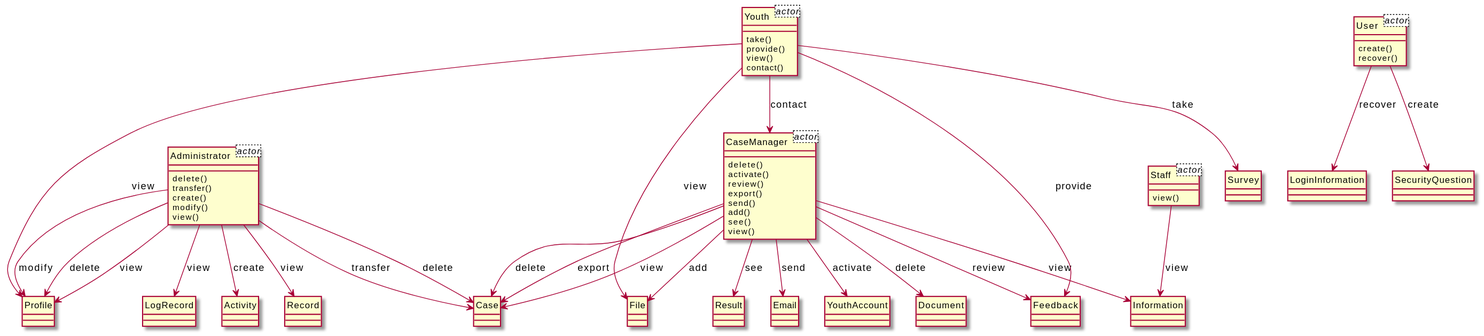
The PlantUML diagram output/diagram_5/2016-USC-Project10.svg in xixixhalu/DomainModelExtractor, before a commit.
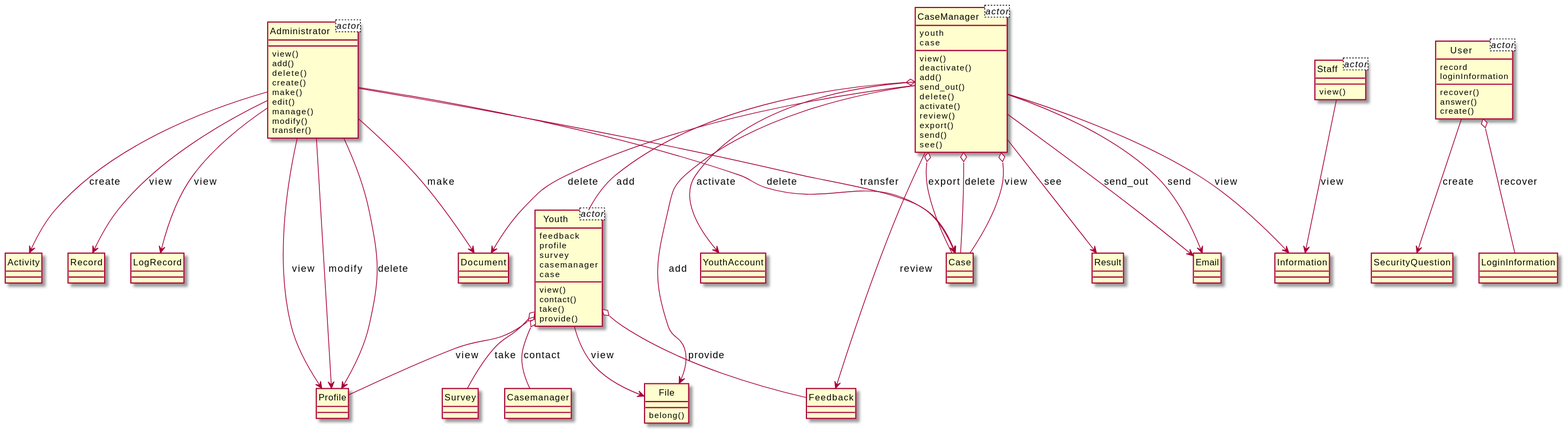
Above is the later version.

Change to the diagram source:
```diff
@@ -1,99 +1,121 @@
 @startuml
 hide circle
 class Youth<actor> {
+	feedback
+	profile
+	survey
+	casemanager
+	case
 }
 class CaseManager<actor> {
+	youth
+	case
 }
 class Administrator<actor> {
 }
 class User<actor> {
+	record
+	loginInformation
 }
 class Staff<actor> {
 }
-class Administrator {
-	delete()
-	transfer()
-	create()
-	modify()
+class CaseManager {
 	view()
-}
-class Profile {
-}
-class User {
-	create()
-	recover()
-}
-class LoginInformation {
-}
-class Youth {
-	take()
-	provide()
-	view()
-	contact()
-}
-class CaseManager {
+	deactivate()
+	add()
+	send_out()
 	delete()
 	activate()
 	review()
 	export()
 	send()
+	see()
+}
+class Youth {
+	view()
+	contact()
+	take()
+	provide()
+}
+class Document {
+}
+class Case {
+}
+class Administrator {
+	view()
 	add()
-	see()
-	view()
+	delete()
+	create()
+	make()
+	edit()
+	manage()
+	modify()
+	transfer()
 }
 class Result {
 }
+class Casemanager {
+}
+class User {
+	recover()
+	answer()
+	create()
+}
 class LogRecord {
 }
-class Case {
+class Email {
 }
 class File {
+	belong()
+}
+class Staff {
+	view()
+}
+class Information {
+}
+class Survey {
+}
+class Feedback {
+}
+class Profile {
 }
 class Activity {
 }
 class SecurityQuestion {
 }
-class Feedback {
-}
-class Email {
-}
 class YouthAccount {
-}
-class Survey {
-}
-class Document {
-}
-class Information {
 }
 class Record {
 }
-class Staff {
-	view()
+class LoginInformation {
 }
-CaseManager --> Case : export
-User --> LoginInformation : recover
+CaseManager --> Result : see
+CaseManager --> Email : send_out
+CaseManager o-- Youth : add
+Youth o-- Profile : view
+Youth o-- Casemanager : contact
+Administrator --> Profile : modify
+Administrator --> Activity : create
+Administrator --> LogRecord : view
 User --> SecurityQuestion : create
+CaseManager --> Email : send
+CaseManager --> YouthAccount : activate
+Youth --> File : view
+Administrator --> Case : delete
+Administrator --> Record : view
+CaseManager --> Information : view
+Staff --> Information : view
+User o-- LoginInformation : recover
+Youth o-- Survey : take
+Administrator --> Profile : delete
+Administrator --> Case : transfer
+CaseManager --> Document : delete
+Youth o-- Feedback : provide
+CaseManager o-- Case : export
+CaseManager o-- Case : delete
+Administrator --> Profile : view
+CaseManager o-- Case : view
 CaseManager --> File : add
-Youth --> Survey : take
-Administrator --> Case : delete
-CaseManager --> Document : delete
-Youth --> Profile : view
-CaseManager --> Information : view
-CaseManager --> Result : see
-Administrator --> Record : view
-Administrator --> LogRecord : view
-Youth --> File : view
-Administrator --> Activity : create
-Youth --> Feedback : provide
-Administrator --> Profile : delete
-Youth --> CaseManager : contact
-Staff --> Information : view
-CaseManager --> Case : view
-CaseManager --> Case : delete
-Administrator --> Case : transfer
+Administrator --> Document : make
 CaseManager --> Feedback : review
-CaseManager --> Email : send
-Administrator --> Profile : view
-CaseManager --> YouthAccount : activate
-Administrator --> Profile : modify
 @enduml
```
